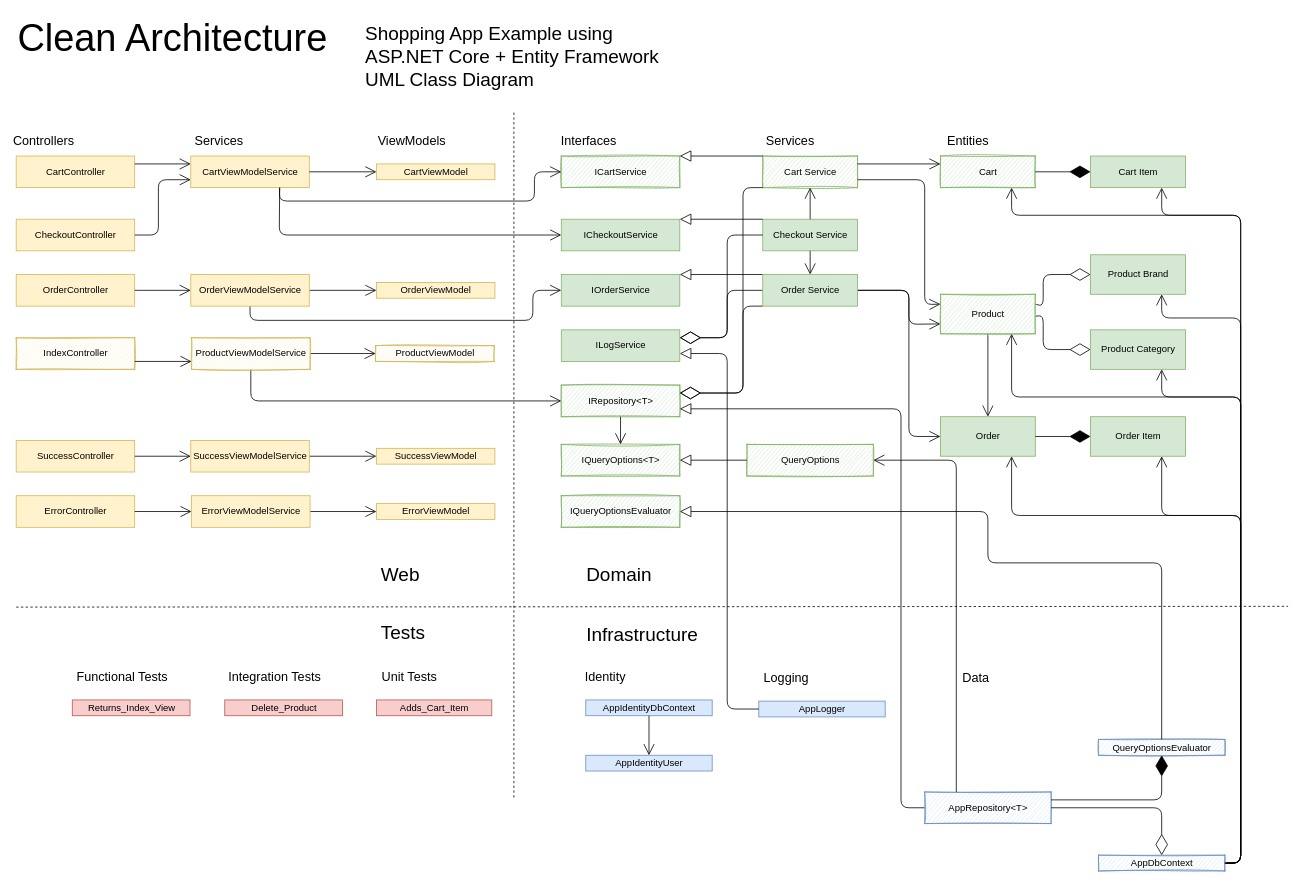
Before: Clean_Architecture_Designs/Shopping_v3.drawio in kdaquila/WoodworkingShop, a draw.io diagram. Source tidied: cells renumbered, new cells numbered last; positions are measured from the earlier drawing's top-left corner, leaving out a move shared by most shapes. Both pictures are drawn from the tidied source at 79%, with x=0, y=0 at pixel (16, 13).
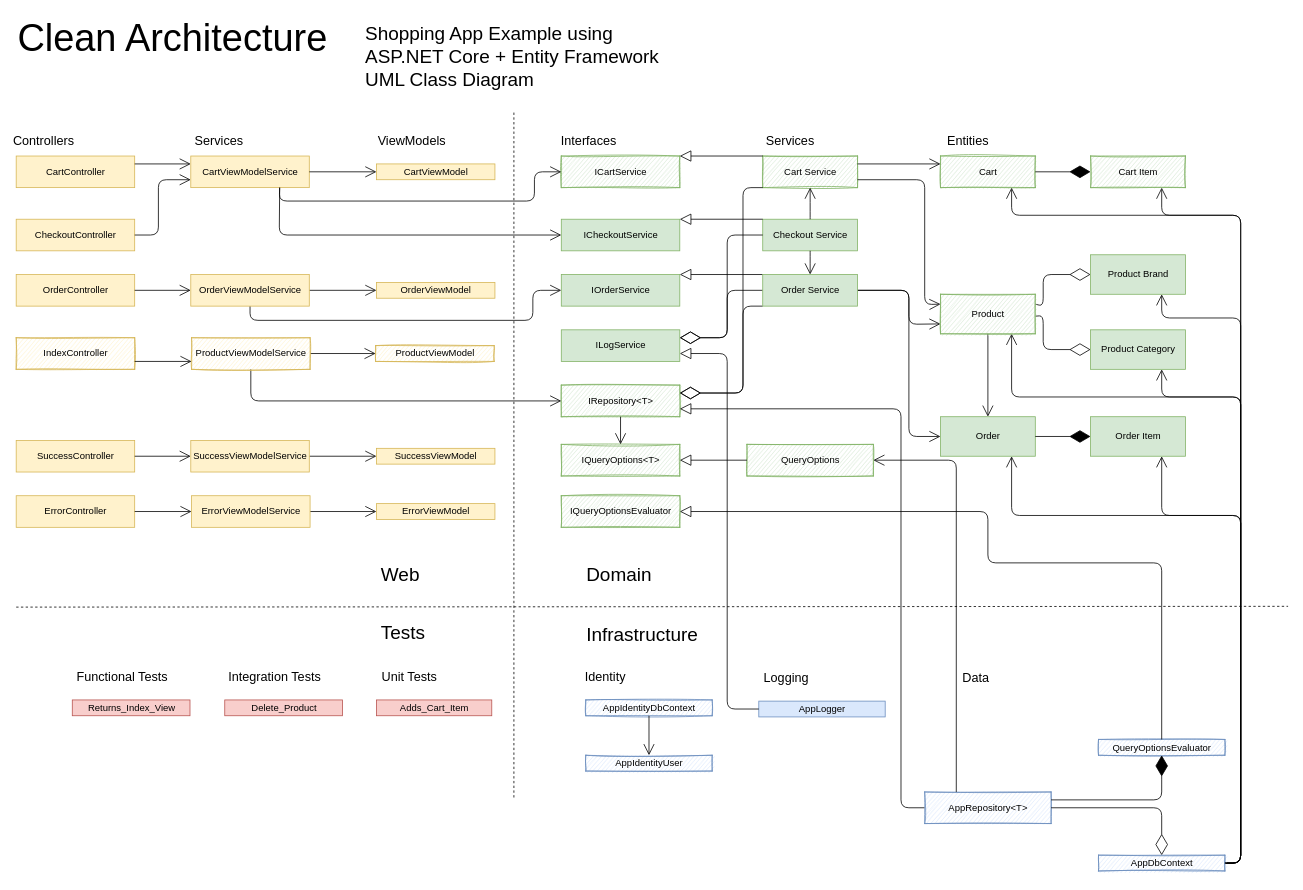
The same page after the edit.

The edit, as a diff of the source:
```diff
@@
-    <mxCell id="3" value="Cart Item" style="html=1;fillColor=#d5e8d4;strokeColor=#82b366;" parent="1" vertex="1">
+    <mxCell id="3" value="Cart Item" style="html=1;fillColor=#d5e8d4;strokeColor=#82b366;sketch=1;" parent="1" vertex="1">
       <mxGeometry x="1360" y="180" width="120" height="40" as="geometry" />
     </mxCell>
@@
-    <mxCell id="44" value="AppIdentityDbContext" style="html=1;fillColor=#dae8fc;strokeColor=#6c8ebf;" parent="1" vertex="1">
+    <mxCell id="44" value="AppIdentityDbContext" style="html=1;fillColor=#dae8fc;strokeColor=#6c8ebf;sketch=1;" parent="1" vertex="1">
       <mxGeometry x="721" y="868.5" width="160" height="20" as="geometry" />
     </mxCell>
-    <mxCell id="45" value="AppIdentityUser" style="html=1;fillColor=#dae8fc;strokeColor=#6c8ebf;" parent="1" vertex="1">
+    <mxCell id="45" value="AppIdentityUser" style="html=1;fillColor=#dae8fc;strokeColor=#6c8ebf;sketch=1;" parent="1" vertex="1">
       <mxGeometry x="721" y="938.5" width="160" height="20" as="geometry" />
     </mxCell>
```
